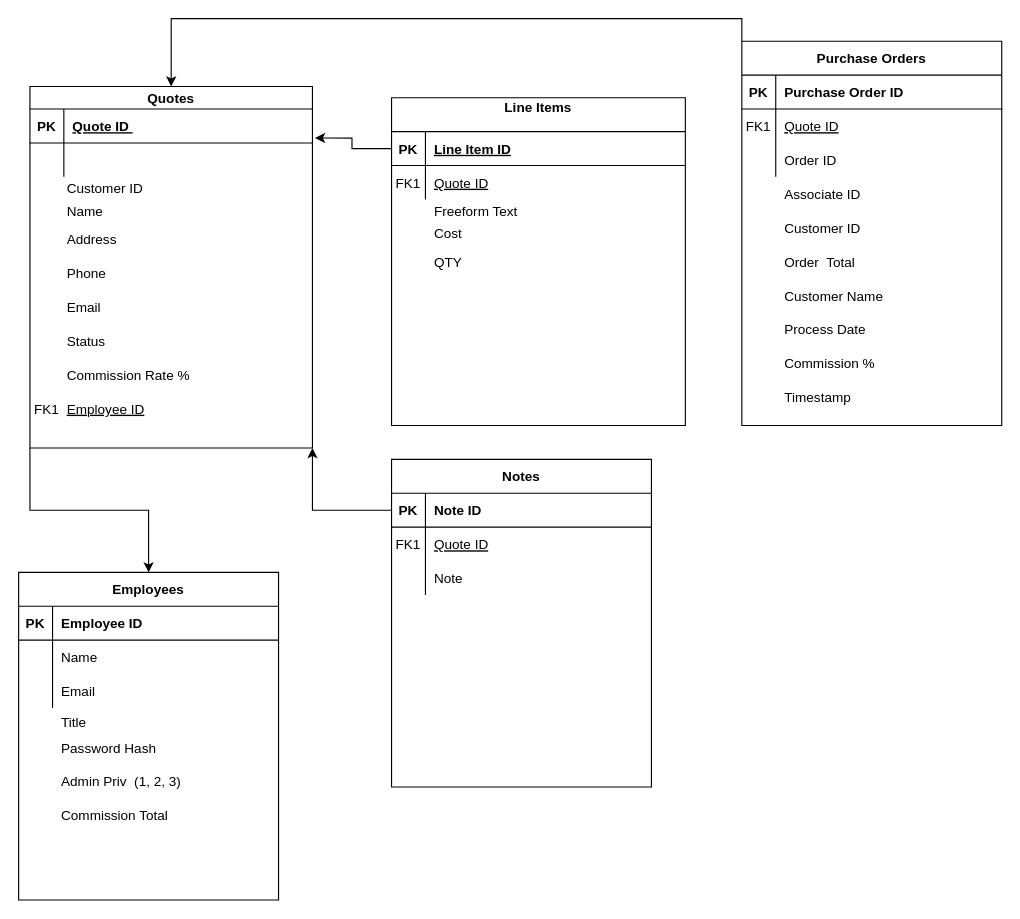
Above: docs/erflow.drawio in helloalexpeterson/467-Quote-Project (draw.io), before the change. Source tidied: cells renumbered, new cells numbered last; positions are measured from the earlier drawing's top-left corner, leaving out a move shared by most shapes. Both pictures are drawn from the tidied source at 113%, with x=0, y=0 at pixel (18, 41).
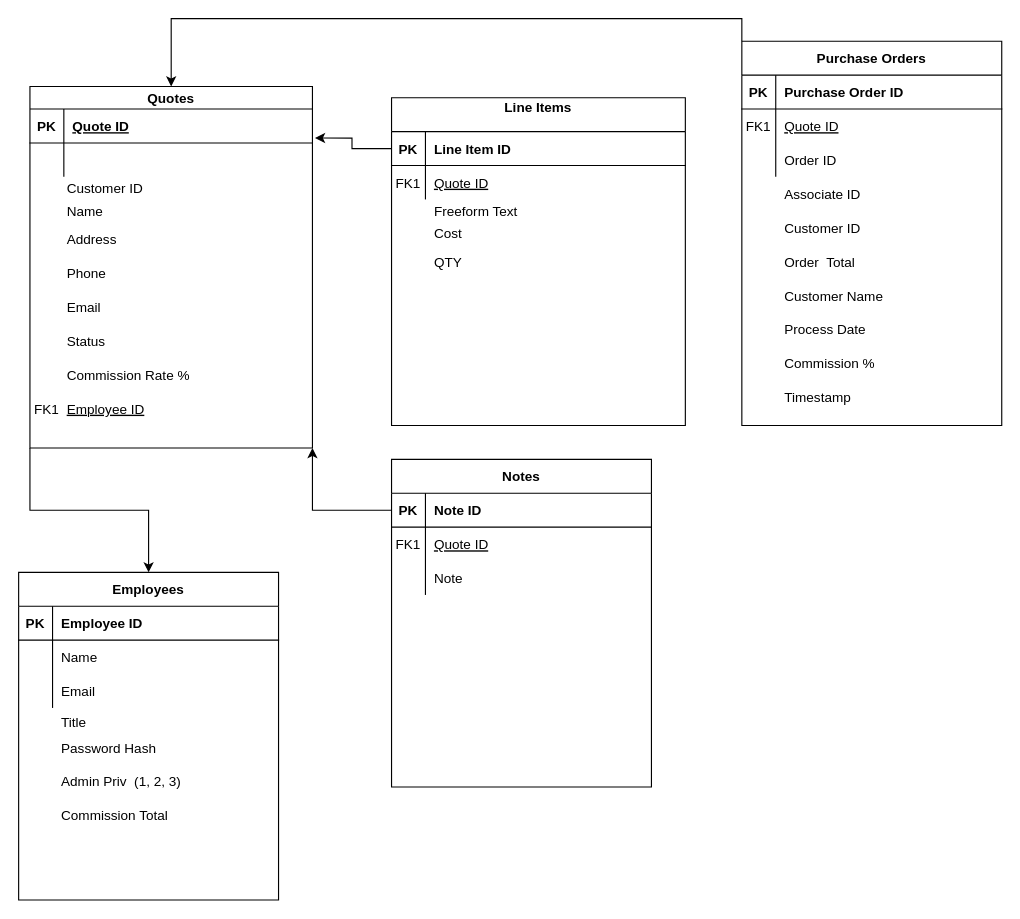
The same diagram, later.

The change refers to these unchanged cells:
```xml
<mxCell id="3" style="shape=partialRectangle;fillColor=none;points=[[0,0.5],[1,0.5]];portConstraint=eastwest;top=0;left=0;right=0;bottom=1;" parent="2" vertex="1">
  <mxGeometry y="30" width="260" height="30" as="geometry" />
</mxCell>
<mxCell id="21" style="shape=partialRectangle;fillColor=none;points=[[0,0.5],[1,0.5]];portConstraint=eastwest;top=0;left=0;right=0;bottom=1;" parent="20" vertex="1">
  <mxGeometry y="20" width="250" height="30" as="geometry" />
</mxCell>
```

The edit, as a diff of the source:
```diff
@@
-    <mxCell id="5" value="Line Item ID" style="shape=partialRectangle;overflow=hidden;fillColor=none;top=0;left=0;bottom=0;right=0;align=left;spacingLeft=6;fontStyle=5;" parent="3" vertex="1">
+    <mxCell id="5" value="Line Item ID" style="shape=partialRectangle;overflow=hidden;fillColor=none;top=0;left=0;bottom=0;right=0;align=left;spacingLeft=6;fontStyle=1;" parent="3" vertex="1">
       <mxGeometry x="30" width="230" height="30" as="geometry" />
     </mxCell>
@@
-    <mxCell id="23" value="Quote ID " style="shape=partialRectangle;overflow=hidden;fillColor=none;top=0;left=0;bottom=0;right=0;align=left;spacingLeft=6;fontStyle=5;" parent="21" vertex="1">
+    <mxCell id="23" value="Quote ID" style="shape=partialRectangle;overflow=hidden;fillColor=none;top=0;left=0;bottom=0;right=0;align=left;spacingLeft=6;fontStyle=5;" parent="21" vertex="1">
       <mxGeometry x="30" width="220" height="30" as="geometry" />
     </mxCell>
```
